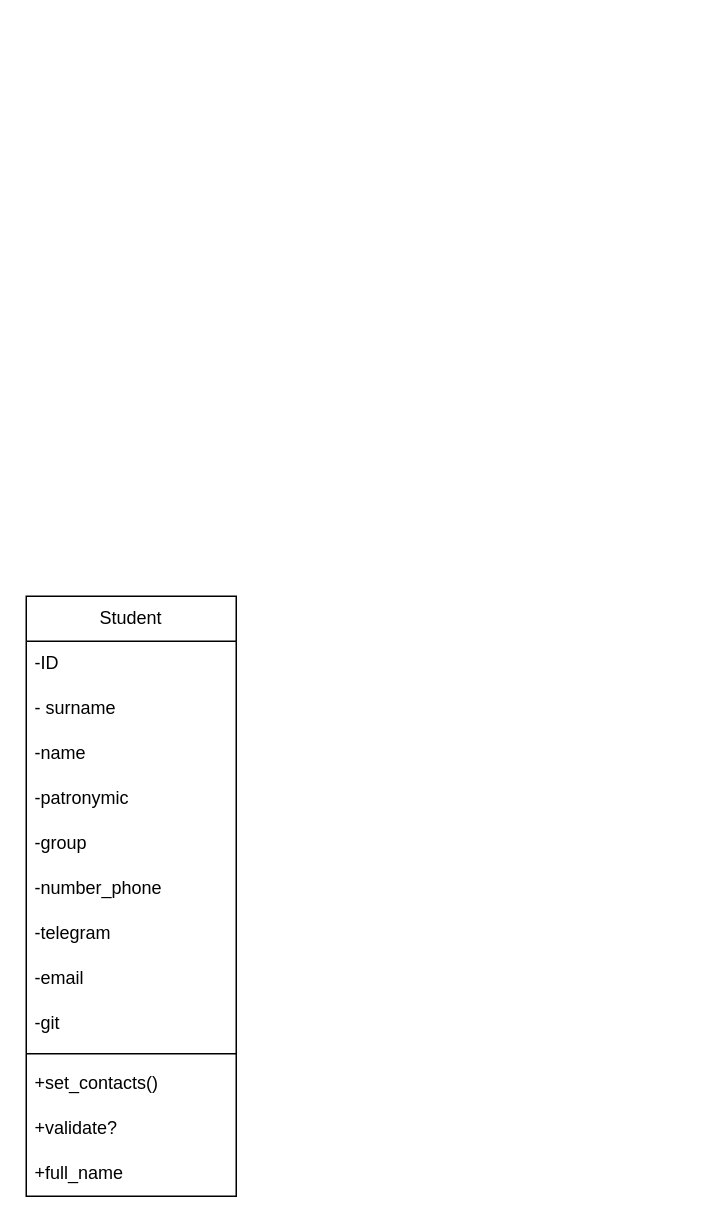
AhNyaLee/Ruby keeps this draw.io diagram as класс_студент.drawio. Above is the earlier version. Source tidied: cells renumbered, new cells numbered last; positions are measured from the earlier drawing's top-left corner, leaving out a move shared by most shapes. Both pictures are drawn from the tidied source at 150%, with x=0, y=0 at pixel (26, 596).
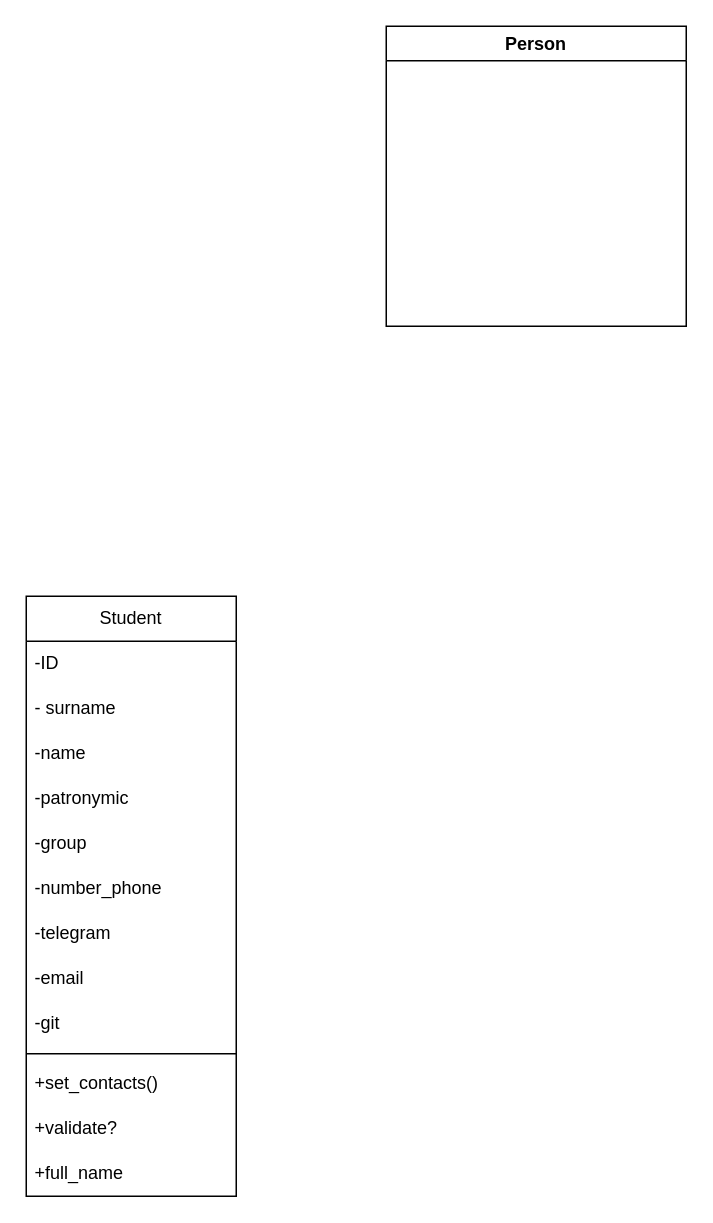
Above is the later version.

Diff of the diagram source:
```diff
@@
 <mxGraphModel>
   <root>
     <mxCell id="0" />
     <mxCell id="1" parent="0" />
     <mxCell id="2" value="Student" style="swimlane;fontStyle=0;horizontal=1;startSize=30;whiteSpace=wrap;html=1;" parent="1" vertex="1">
       <mxGeometry width="140" height="400" as="geometry" />
     </mxCell>
     <mxCell id="3" value="-ID" style="text;strokeColor=none;fillColor=none;align=left;verticalAlign=middle;spacingLeft=4;spacingRight=4;overflow=hidden;whiteSpace=wrap;html=1;" parent="2" vertex="1">
       <mxGeometry y="30" width="140" height="30" as="geometry" />
     </mxCell>
     <mxCell id="4" value="- surname" style="text;strokeColor=none;fillColor=none;align=left;verticalAlign=middle;spacingLeft=4;spacingRight=4;overflow=hidden;whiteSpace=wrap;html=1;" parent="2" vertex="1">
       <mxGeometry y="60" width="140" height="30" as="geometry" />
     </mxCell>
     <mxCell id="5" value="-name" style="text;strokeColor=none;fillColor=none;align=left;verticalAlign=middle;spacingLeft=4;spacingRight=4;overflow=hidden;whiteSpace=wrap;html=1;" parent="2" vertex="1">
       <mxGeometry y="90" width="140" height="30" as="geometry" />
     </mxCell>
     <mxCell id="6" value="-patronymic" style="text;strokeColor=none;fillColor=none;align=left;verticalAlign=middle;spacingLeft=4;spacingRight=4;overflow=hidden;whiteSpace=wrap;html=1;" parent="2" vertex="1">
       <mxGeometry y="120" width="140" height="30" as="geometry" />
     </mxCell>
     <mxCell id="7" value="-group" style="text;strokeColor=none;fillColor=none;align=left;verticalAlign=middle;spacingLeft=4;spacingRight=4;overflow=hidden;whiteSpace=wrap;html=1;" parent="2" vertex="1">
       <mxGeometry y="150" width="140" height="30" as="geometry" />
     </mxCell>
     <mxCell id="8" value="-number_phone" style="text;strokeColor=none;fillColor=none;align=left;verticalAlign=middle;spacingLeft=4;spacingRight=4;overflow=hidden;whiteSpace=wrap;html=1;" parent="2" vertex="1">
       <mxGeometry y="180" width="140" height="30" as="geometry" />
     </mxCell>
     <mxCell id="9" value="-telegram" style="text;strokeColor=none;fillColor=none;align=left;verticalAlign=middle;spacingLeft=4;spacingRight=4;overflow=hidden;whiteSpace=wrap;html=1;" parent="2" vertex="1">
       <mxGeometry y="210" width="140" height="30" as="geometry" />
     </mxCell>
     <mxCell id="10" value="-email" style="text;strokeColor=none;fillColor=none;align=left;verticalAlign=middle;spacingLeft=4;spacingRight=4;overflow=hidden;whiteSpace=wrap;html=1;" parent="2" vertex="1">
       <mxGeometry y="240" width="140" height="30" as="geometry" />
     </mxCell>
     <mxCell id="11" value="-git" style="text;strokeColor=none;fillColor=none;align=left;verticalAlign=middle;spacingLeft=4;spacingRight=4;overflow=hidden;whiteSpace=wrap;html=1;" parent="2" vertex="1">
       <mxGeometry y="270" width="140" height="30" as="geometry" />
     </mxCell>
     <mxCell id="12" style="line;strokeWidth=1;dashed=0;labelPosition=right;align=left;verticalAlign=middle;spacingTop=0;spacingLeft=6;" parent="2" vertex="1">
       <mxGeometry y="300" width="140" height="10" as="geometry" />
     </mxCell>
     <mxCell id="13" value="+set_contacts()" style="text;strokeColor=none;fillColor=none;align=left;verticalAlign=middle;spacingLeft=4;spacingRight=4;overflow=hidden;whiteSpace=wrap;html=1;" parent="2" vertex="1">
       <mxGeometry y="310" width="140" height="30" as="geometry" />
     </mxCell>
     <mxCell id="14" value="+validate?" style="text;strokeColor=none;fillColor=none;align=left;verticalAlign=middle;spacingLeft=4;spacingRight=4;overflow=hidden;whiteSpace=wrap;html=1;" parent="2" vertex="1">
       <mxGeometry y="340" width="140" height="30" as="geometry" />
     </mxCell>
     <mxCell id="15" value="+full_name" style="text;strokeColor=none;fillColor=none;align=left;verticalAlign=middle;spacingLeft=4;spacingRight=4;overflow=hidden;whiteSpace=wrap;html=1;" parent="2" vertex="1">
       <mxGeometry y="370" width="140" height="30" as="geometry" />
     </mxCell>
+    <mxCell id="16" value="Person" style="swimlane;whiteSpace=wrap;html=1;" parent="1" vertex="1">
+      <mxGeometry x="240" y="-380" width="200" height="200" as="geometry" />
+    </mxCell>
   </root>
 </mxGraphModel>
```
